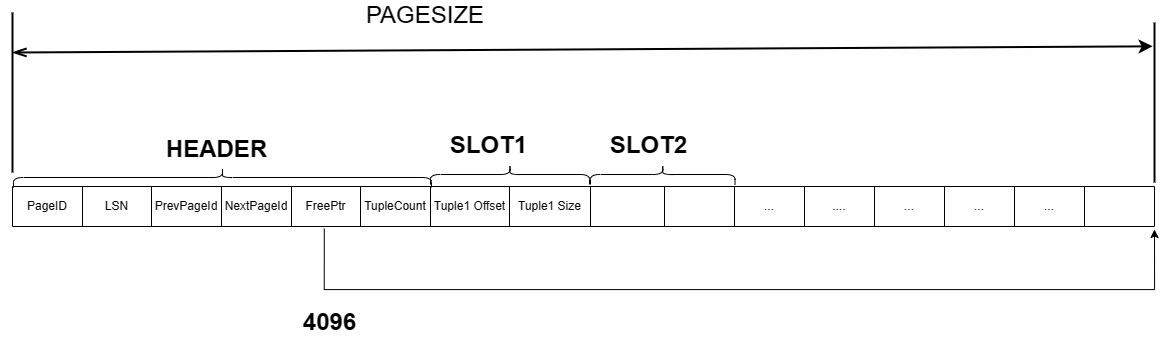
This is CMU15445/tablepage的布局.drawio.png from SixPlusAndTimes/drawio, a draw.io export, as it was before one commit. Source tidied: cells renumbered, new cells last; positions are measured from the earlier drawing's top-left corner, leaving out a move shared by most shapes.
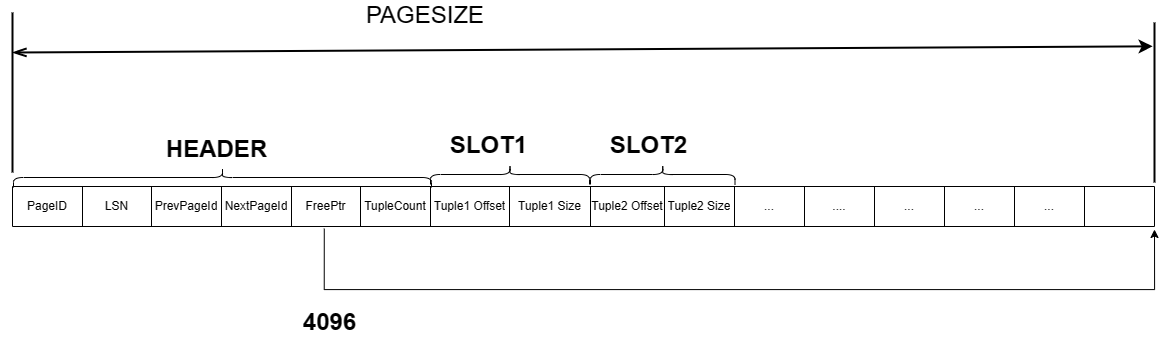
Above is the later version.

Commit message:
更新tablepage的布局.drawio.png

Change to the diagram source:
```diff
@@ -32,10 +32,10 @@
     <mxCell id="11" value="Tuple1 Size" style="shape=partialRectangle;html=1;whiteSpace=wrap;strokeColor=inherit;overflow=hidden;fillColor=none;top=0;left=0;bottom=0;right=0;" parent="3" vertex="1">
       <mxGeometry x="497" width="81" height="40" as="geometry" />
     </mxCell>
-    <mxCell id="12" style="shape=partialRectangle;html=1;whiteSpace=wrap;strokeColor=inherit;overflow=hidden;fillColor=none;top=0;left=0;bottom=0;right=0;" parent="3" vertex="1">
+    <mxCell id="12" value="Tuple2 Offset" style="shape=partialRectangle;html=1;whiteSpace=wrap;strokeColor=inherit;overflow=hidden;fillColor=none;top=0;left=0;bottom=0;right=0;" parent="3" vertex="1">
       <mxGeometry x="578" width="74" height="40" as="geometry" />
     </mxCell>
-    <mxCell id="13" style="shape=partialRectangle;html=1;whiteSpace=wrap;strokeColor=inherit;overflow=hidden;fillColor=none;top=0;left=0;bottom=0;right=0;" parent="3" vertex="1">
+    <mxCell id="13" value="Tuple2 Size" style="shape=partialRectangle;html=1;whiteSpace=wrap;strokeColor=inherit;overflow=hidden;fillColor=none;top=0;left=0;bottom=0;right=0;" parent="3" vertex="1">
       <mxGeometry x="652" width="70" height="40" as="geometry" />
     </mxCell>
     <mxCell id="14" value="..." style="shape=partialRectangle;html=1;whiteSpace=wrap;strokeColor=inherit;overflow=hidden;fillColor=none;top=0;left=0;bottom=0;right=0;" parent="3" vertex="1">
```
